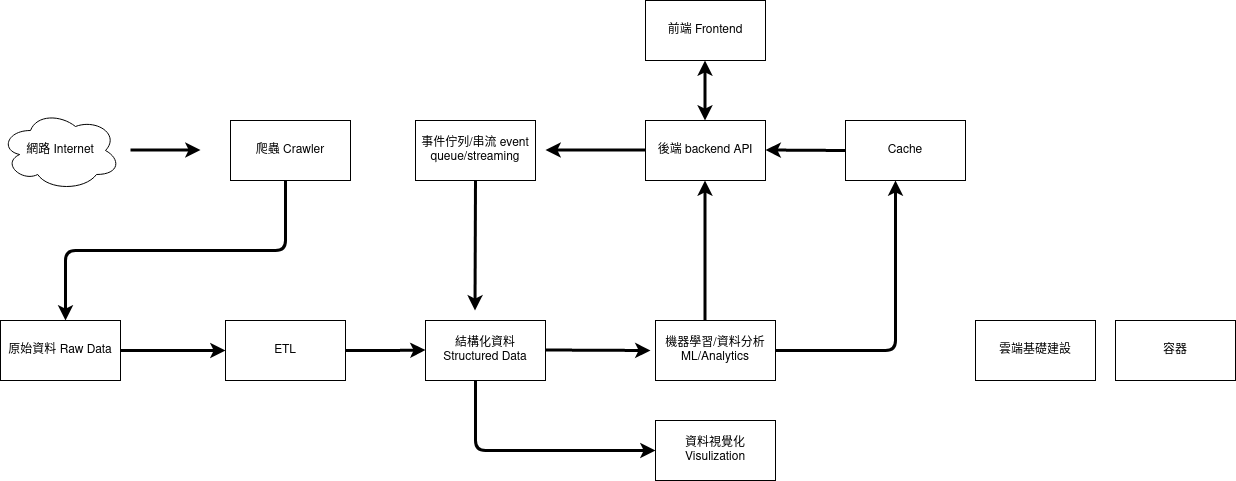
Earlier version of the draw.io export service_arch2.png (clubs-5/arch). Source tidied: cells renumbered, new cells last; positions are measured from the earlier drawing's top-left corner, leaving out a move shared by most shapes.
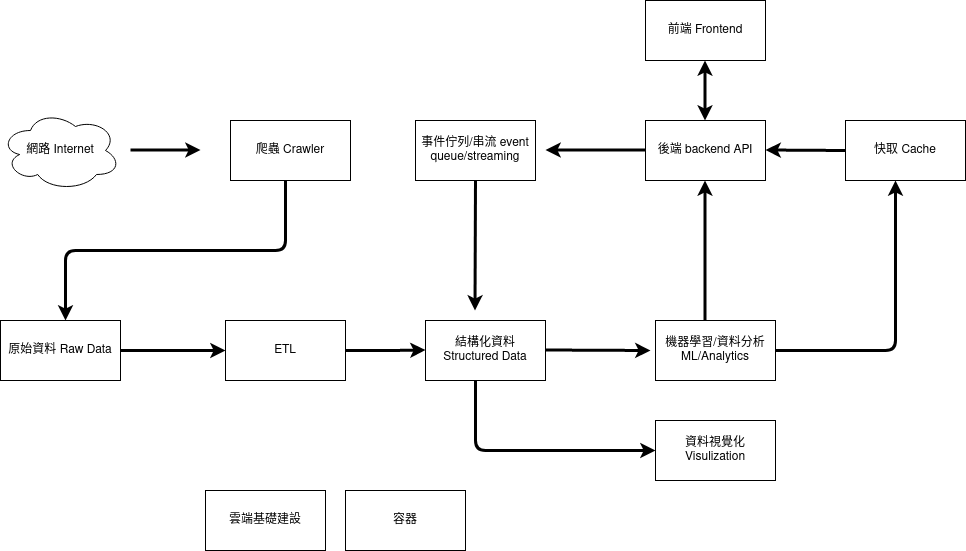
Above is the later version.

Change to the diagram source:
```diff
@@ -32,7 +32,7 @@
     <mxCell id="11" value="事件佇列/串流 event queue/streaming" style="rounded=0;whiteSpace=wrap;html=1;" parent="1" vertex="1">
       <mxGeometry x="415" y="120" width="120" height="60" as="geometry" />
     </mxCell>
-    <mxCell id="12" value="Cache" style="rounded=0;whiteSpace=wrap;html=1;" parent="1" vertex="1">
+    <mxCell id="12" value="快取 Cache" style="rounded=0;whiteSpace=wrap;html=1;" parent="1" vertex="1">
       <mxGeometry x="845" y="120" width="120" height="60" as="geometry" />
     </mxCell>
     <mxCell id="13" style="endArrow=classic;html=1;strokeWidth=3;" parent="1" edge="1">
@@ -99,10 +99,10 @@
       </mxGeometry>
     </mxCell>
     <mxCell id="22" value="雲端基礎建設" style="rounded=0;whiteSpace=wrap;html=1;" parent="1" vertex="1">
-      <mxGeometry x="975" y="320" width="120" height="60" as="geometry" />
+      <mxGeometry x="205" y="490" width="120" height="60" as="geometry" />
     </mxCell>
     <mxCell id="23" value="容器" style="rounded=0;whiteSpace=wrap;html=1;" parent="1" vertex="1">
-      <mxGeometry x="1115" y="320" width="120" height="60" as="geometry" />
+      <mxGeometry x="345" y="490" width="120" height="60" as="geometry" />
     </mxCell>
     <mxCell id="24" style="endArrow=classic;html=1;strokeWidth=3;" parent="1" edge="1">
       <mxGeometry relative="1" as="geometry">
```
